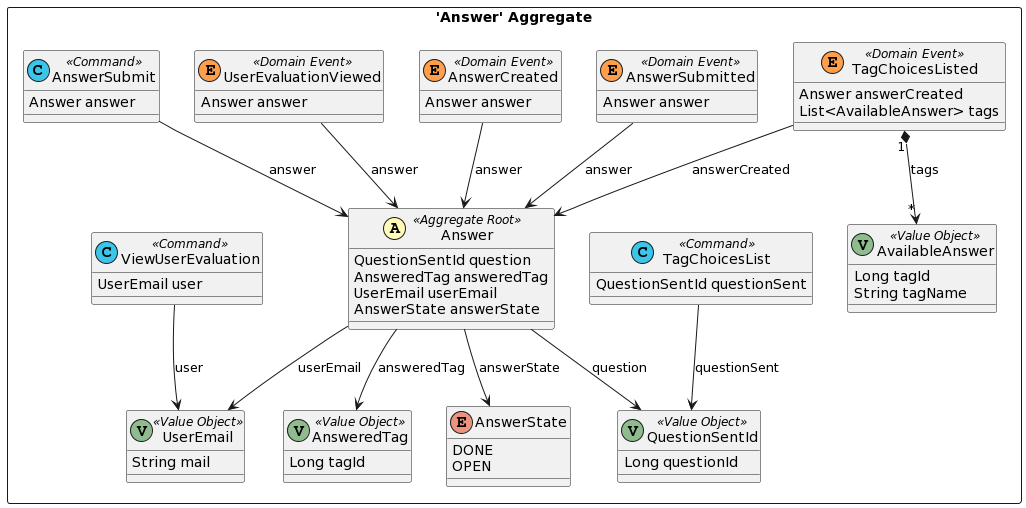
This is doc/dist/src-gen/gamedev_BC_AnswerContext_Answer.png from esgi-lyon/question-ddd, a PlantUML export, as it was before one commit.
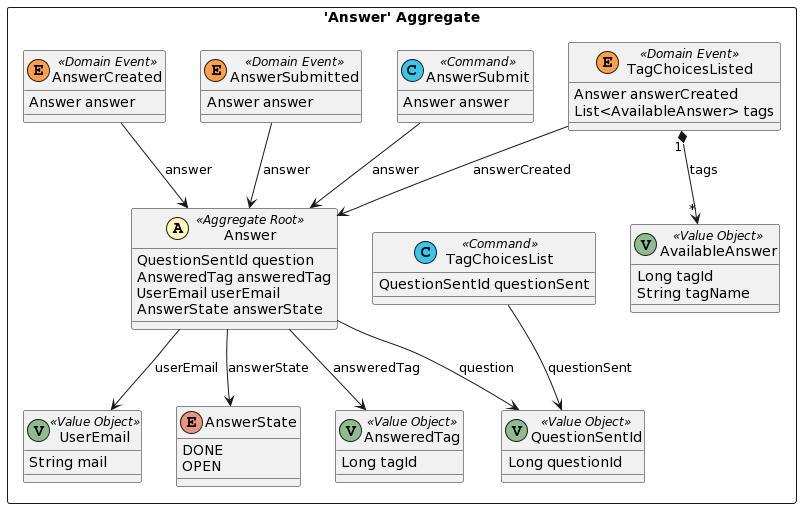
After the change.

What changed in the source:
```diff
@@ -35,17 +35,11 @@
 	class AnswerCreated <<(E,#ff9f4b) Domain Event>> {
 		Answer answer
 	}
-	class UserEvaluationViewed <<(E,#ff9f4b) Domain Event>> {
-		Answer answer
-	}
 	class TagChoicesList <<(C,#3bc5e9) Command>> {
 		QuestionSentId questionSent
 	}
 	class AnswerSubmit <<(C,#3bc5e9) Command>> {
 		Answer answer
-	}
-	class ViewUserEvaluation <<(C,#3bc5e9) Command>> {
-		UserEmail user
 	}
 }
 Answer --> QuestionSentId : question
@@ -54,10 +48,8 @@
 Answer --> AnsweredTag : answeredTag
 TagChoicesListed --> Answer : answerCreated
 Answer --> UserEmail : userEmail
-ViewUserEvaluation --> UserEmail : user
 TagChoicesList --> QuestionSentId : questionSent
 Answer --> AnswerState : answerState
 TagChoicesListed "1" *--> "*" AvailableAnswer : tags
-UserEvaluationViewed --> Answer : answer
 AnswerSubmit --> Answer : answer
 @enduml
```
